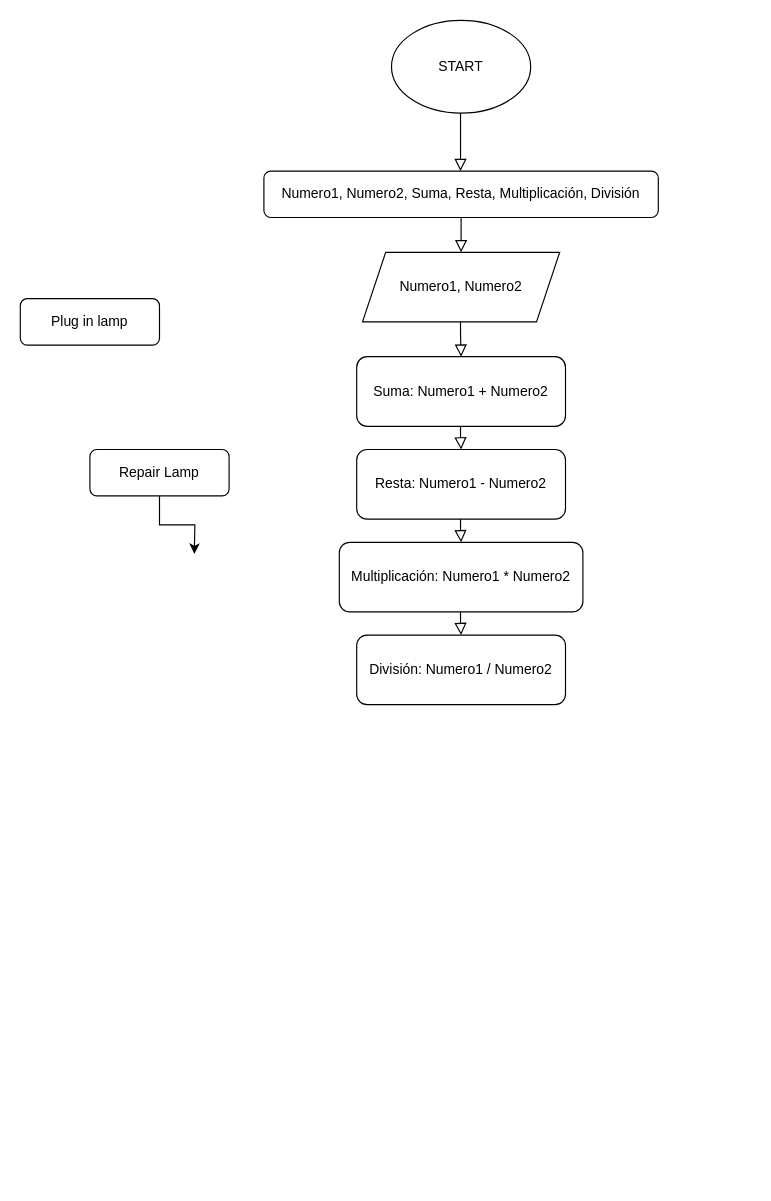
This is Diagrama sin título.drawio from abnerjg/Abnerprobando, a draw.io file, before an edit. Source tidied: cells renumbered, new cells numbered last; positions are measured from the earlier drawing's top-left corner, leaving out a move shared by most shapes. Both pictures are drawn from the tidied source at 116%, with x=0, y=0 at pixel (20, 20).
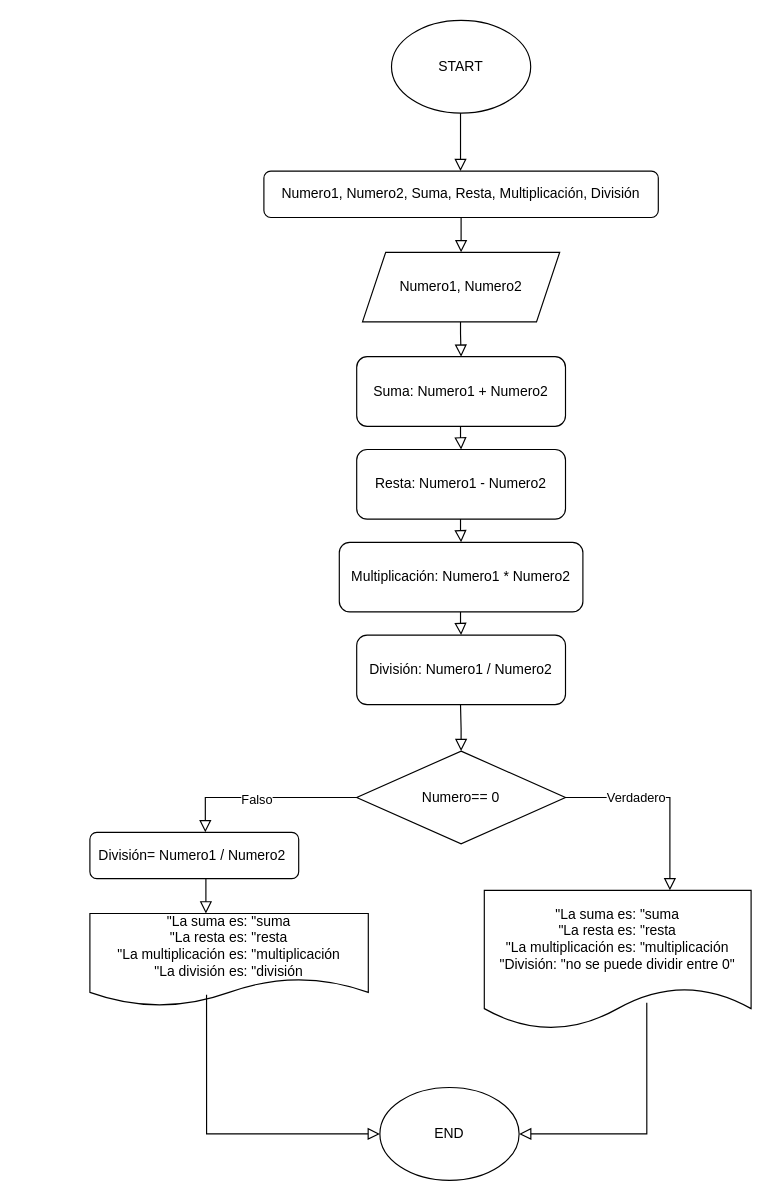
After the change.

Change to the diagram source:
```diff
@@
-    <mxCell id="5" value="Plug in lamp" style="rounded=1;whiteSpace=wrap;html=1;fontSize=12;glass=0;strokeWidth=1;shadow=0;" parent="1" vertex="1">
-      <mxGeometry y="240" width="120" height="40" as="geometry" />
-    </mxCell>
-    <mxCell id="6" style="edgeStyle=orthogonalEdgeStyle;rounded=0;jettySize=auto;html=1;" parent="1" edge="1" source="7">
-      <mxGeometry relative="1" as="geometry">
-        <mxPoint x="150" y="460" as="targetPoint" />
-      </mxGeometry>
-    </mxCell>
-    <mxCell id="7" value="Repair Lamp" style="rounded=1;whiteSpace=wrap;html=1;fontSize=12;glass=0;strokeWidth=1;shadow=0;" parent="1" vertex="1">
-      <mxGeometry x="60" y="370" width="120" height="40" as="geometry" />
+    <mxCell id="7" value="División= Numero1 / Numero2&amp;nbsp;" style="rounded=1;whiteSpace=wrap;html=1;fontSize=12;glass=0;strokeWidth=1;shadow=0;" parent="1" vertex="1">
+      <mxGeometry x="60" y="700" width="180" height="40" as="geometry" />
     </mxCell>
@@
+    <mxCell id="18" value="Numero== 0" style="rhombus;whiteSpace=wrap;html=1;" parent="1" vertex="1">
+      <mxGeometry x="290" y="630" width="180" height="80" as="geometry" />
+    </mxCell>
+    <mxCell id="19" style="rounded=0;html=1;jettySize=auto;fontSize=11;endArrow=block;endFill=0;endSize=8;strokeWidth=1;shadow=0;labelBackgroundColor=none;edgeStyle=orthogonalEdgeStyle;exitX=0;exitY=0.5;exitDx=0;exitDy=0;" parent="1" edge="1" source="18">
+      <mxGeometry relative="1" as="geometry">
+        <mxPoint x="159.5" y="700" as="targetPoint" />
+        <Array as="points">
+          <mxPoint x="160" y="670" />
+        </Array>
+      </mxGeometry>
+    </mxCell>
+    <mxCell id="20" value="Falso" style="edgeLabel;html=1;align=center;verticalAlign=middle;" parent="19" vertex="1">
+      <mxGeometry x="0.08" y="1" relative="1" as="geometry" />
+    </mxCell>
+    <mxCell id="21" style="rounded=0;html=1;jettySize=auto;fontSize=11;endArrow=block;endFill=0;endSize=8;strokeWidth=1;shadow=0;labelBackgroundColor=none;edgeStyle=orthogonalEdgeStyle;exitX=1;exitY=0.5;exitDx=0;exitDy=0;" parent="1" edge="1" source="18" target="23">
+      <mxGeometry relative="1" as="geometry">
+        <Array as="points">
+          <mxPoint x="560" y="670" />
+        </Array>
+      </mxGeometry>
+    </mxCell>
+    <mxCell id="22" value="Verdadero" style="edgeLabel;html=1;align=center;verticalAlign=middle;" parent="21" vertex="1">
+      <mxGeometry x="-0.29" y="1" relative="1" as="geometry" />
+    </mxCell>
+    <mxCell id="23" value="&quot;La suma es: &quot;suma&lt;br&gt;&quot;La resta es: &quot;resta&lt;br&gt;&quot;La multiplicación es: &quot;multiplicación&lt;br&gt;&quot;División: &quot;no se puede dividir entre 0&quot;" style="shape=document;whiteSpace=wrap;html=1;boundedLbl=1;" parent="1" vertex="1">
+      <mxGeometry x="400" y="750" width="230" height="120" as="geometry" />
+    </mxCell>
+    <mxCell id="24" value="&quot;La suma es: &quot;suma&lt;br style=&quot;border-color: var(--border-color);&quot;&gt;&quot;La resta es: &quot;resta&lt;br style=&quot;border-color: var(--border-color);&quot;&gt;&quot;La multiplicación es: &quot;multiplicación&lt;br style=&quot;border-color: var(--border-color);&quot;&gt;&quot;La división es: &quot;división" style="shape=document;whiteSpace=wrap;html=1;boundedLbl=1;" parent="1" vertex="1">
+      <mxGeometry x="60" y="770" width="240" height="80" as="geometry" />
+    </mxCell>
+    <mxCell id="25" style="rounded=0;html=1;jettySize=auto;fontSize=11;endArrow=block;endFill=0;endSize=8;strokeWidth=1;shadow=0;labelBackgroundColor=none;edgeStyle=orthogonalEdgeStyle;entryX=0.5;entryY=0;entryDx=0;entryDy=0;" parent="1" edge="1" target="18">
+      <mxGeometry relative="1" as="geometry">
+        <mxPoint x="379.5" y="590" as="sourcePoint" />
+      </mxGeometry>
+    </mxCell>
+    <mxCell id="26" value="END" style="ellipse;whiteSpace=wrap;html=1;" parent="1" vertex="1">
+      <mxGeometry x="310" y="920" width="120" height="80" as="geometry" />
+    </mxCell>
+    <mxCell id="27" style="rounded=0;html=1;jettySize=auto;fontSize=11;endArrow=block;endFill=0;endSize=8;strokeWidth=1;shadow=0;labelBackgroundColor=none;edgeStyle=orthogonalEdgeStyle;entryX=0;entryY=0.5;entryDx=0;entryDy=0;exitX=0.419;exitY=0.875;exitDx=0;exitDy=0;exitPerimeter=0;" parent="1" edge="1" source="24" target="26">
+      <mxGeometry relative="1" as="geometry">
+        <Array as="points">
+          <mxPoint x="161" y="960" />
+        </Array>
+      </mxGeometry>
+    </mxCell>
+    <mxCell id="28" style="rounded=0;html=1;jettySize=auto;fontSize=11;endArrow=block;endFill=0;endSize=8;strokeWidth=1;shadow=0;labelBackgroundColor=none;edgeStyle=orthogonalEdgeStyle;entryX=1;entryY=0.5;entryDx=0;entryDy=0;exitX=0.609;exitY=0.808;exitDx=0;exitDy=0;exitPerimeter=0;" parent="1" edge="1" source="23" target="26">
+      <mxGeometry relative="1" as="geometry" />
+    </mxCell>
+    <mxCell id="29" style="rounded=0;html=1;jettySize=auto;orthogonalLoop=1;fontSize=11;endArrow=block;endFill=0;endSize=8;strokeWidth=1;shadow=0;labelBackgroundColor=none;edgeStyle=orthogonalEdgeStyle;" parent="1" edge="1">
+      <mxGeometry relative="1" as="geometry">
+        <mxPoint x="160" y="740" as="sourcePoint" />
+        <mxPoint x="160" y="770" as="targetPoint" />
+      </mxGeometry>
+    </mxCell>
```
